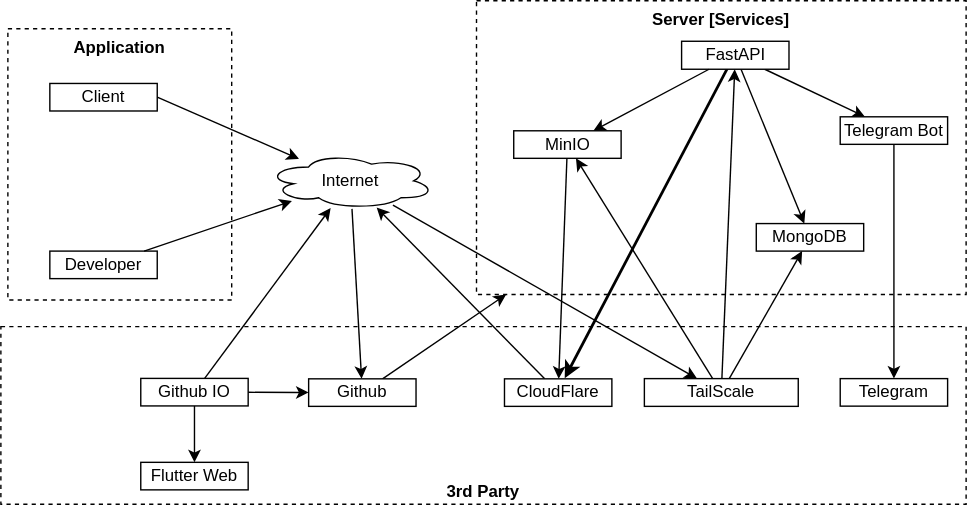
This is diagram/architecture.drawio.svg from itcgtr/app, a draw.io export, as it was before one commit. Source tidied: cells renumbered, new cells last; positions are measured from the earlier drawing's top-left corner, leaving out a move shared by most shapes.
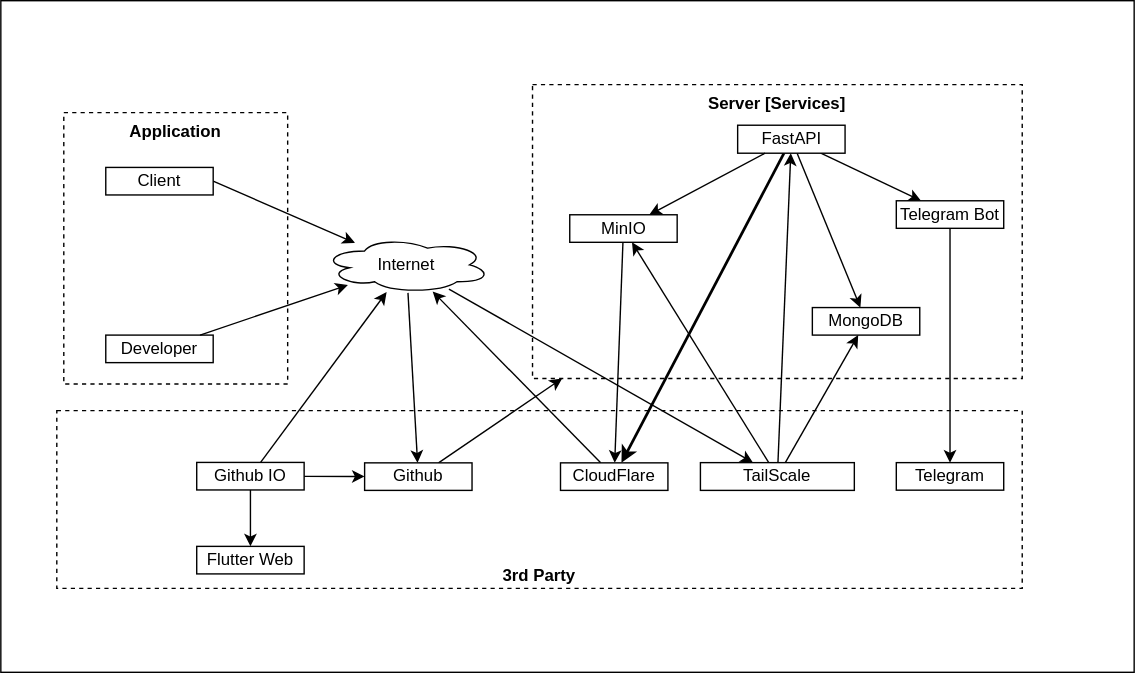
After the change.

Diff of the diagram source:
```diff
@@ -2,6 +2,9 @@
   <root>
     <mxCell id="0" />
     <mxCell id="1" parent="0" />
+    <mxCell id="36" style="rounded=0;whiteSpace=wrap;html=1;" parent="1" vertex="1">
+      <mxGeometry x="-40" y="-60" width="810" height="480" as="geometry" />
+    </mxCell>
     <mxCell id="2" value="3rd Party" style="rounded=0;whiteSpace=wrap;html=1;verticalAlign=bottom;fillColor=none;dashed=1;fontStyle=1;" parent="1" vertex="1">
       <mxGeometry y="233" width="690" height="127" as="geometry" />
     </mxCell>
```
